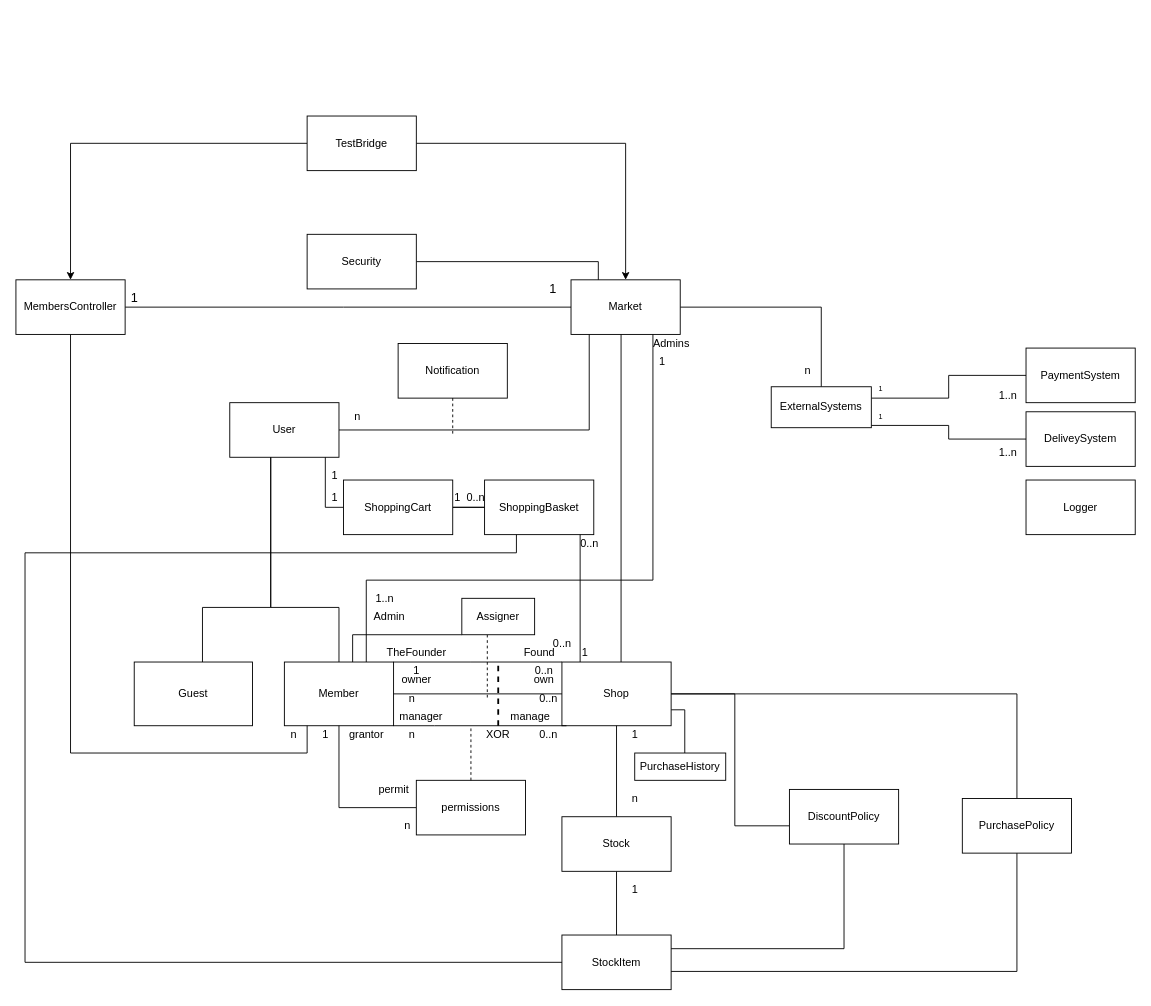
Before: Docs/V0.2_WhiteDiagram.drawio in mikecprogram/workshop-special-potato-shuk, a draw.io diagram. Source tidied: cells renumbered, new cells numbered last; positions are measured from the earlier drawing's top-left corner, leaving out a move shared by most shapes. Both pictures are drawn from the tidied source at 91%, with x=0, y=0 at pixel (15, 116).
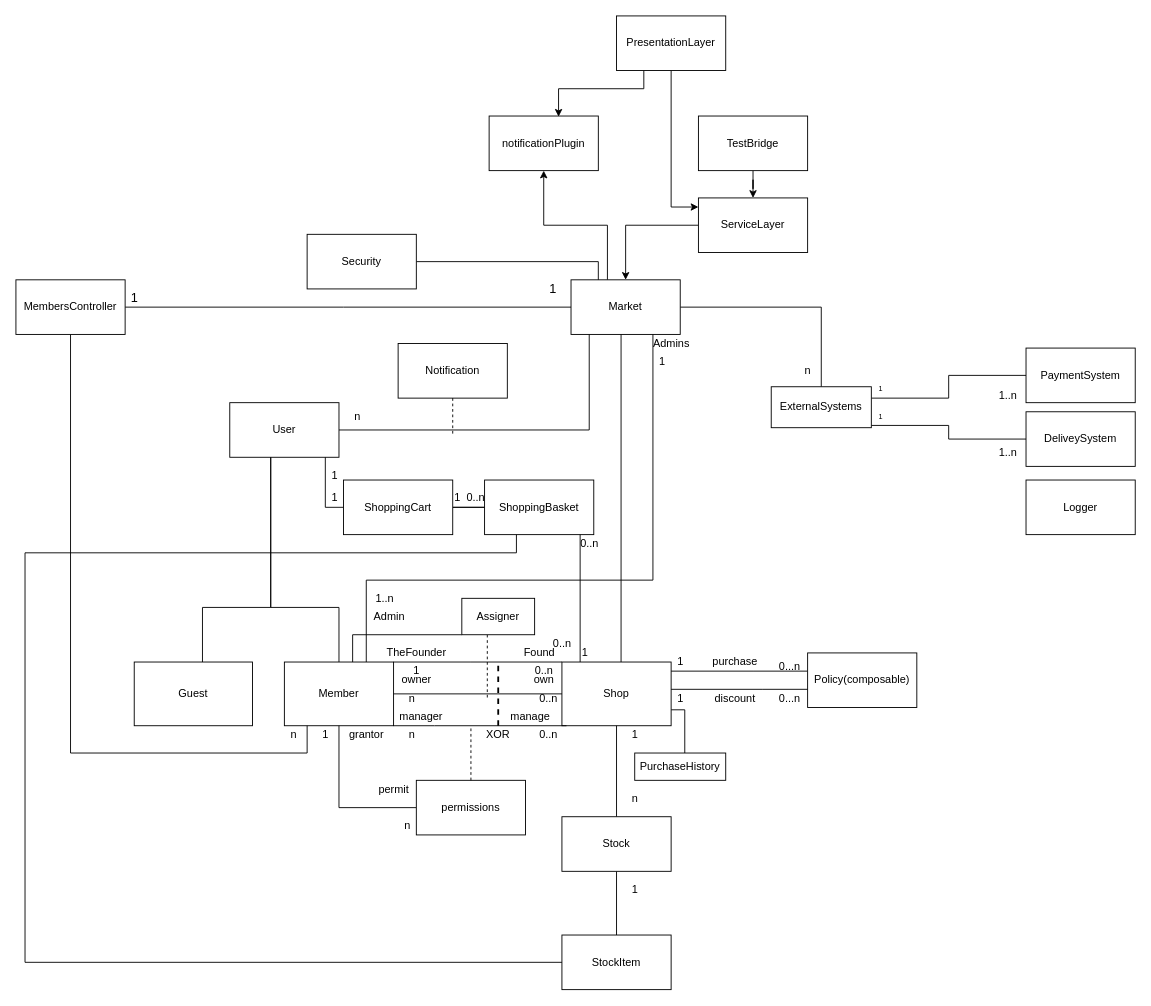
After the change.

The change refers to these unchanged cells:
```xml
<mxCell id="3" value="Market" style="rounded=0;whiteSpace=wrap;html=1;" parent="1" vertex="1">
  <mxGeometry x="610" y="180" width="120" height="60" as="geometry" />
</mxCell>
<mxCell id="14" value="Shop" style="rounded=0;whiteSpace=wrap;html=1;" parent="1" vertex="1">
  <mxGeometry x="600" y="600" width="120" height="70" as="geometry" />
</mxCell>
<mxCell id="16" value="StockItem" style="rounded=0;whiteSpace=wrap;html=1;" parent="1" vertex="1">
  <mxGeometry x="600" y="900" width="120" height="60" as="geometry" />
</mxCell>
<mxCell id="66" value="MembersController" style="rounded=0;whiteSpace=wrap;html=1;" parent="1" vertex="1">
  <mxGeometry y="180" width="120" height="60" as="geometry" />
</mxCell>
```

What changed in the source:
```diff
@@
+    <mxCell id="97" style="edgeStyle=orthogonalEdgeStyle;rounded=0;jettySize=auto;html=1;" parent="1" edge="1" source="3" target="101">
+      <mxGeometry relative="1" as="geometry">
+        <Array as="points">
+          <mxPoint x="650" y="120" />
+          <mxPoint x="580" y="120" />
+        </Array>
+      </mxGeometry>
+    </mxCell>
@@
     <mxCell id="68" style="rounded=0;jettySize=auto;html=1;endArrow=none;endFill=0;edgeStyle=orthogonalEdgeStyle;" parent="1" edge="1" source="14" target="71">
-      <mxGeometry relative="1" as="geometry" />
+      <mxGeometry relative="1" as="geometry">
+        <Array as="points">
+          <mxPoint x="810" y="610" />
+          <mxPoint x="810" y="610" />
+        </Array>
+      </mxGeometry>
     </mxCell>
-    <mxCell id="69" style="rounded=0;jettySize=auto;html=1;endArrow=none;endFill=0;edgeStyle=orthogonalEdgeStyle;" parent="1" edge="1" source="14" target="73">
-      <mxGeometry relative="1" as="geometry">
-        <Array as="points">
-          <mxPoint x="790" y="635" />
-          <mxPoint x="790" y="780" />
-        </Array>
-      </mxGeometry>
-    </mxCell>
-    <mxCell id="70" style="edgeStyle=orthogonalEdgeStyle;rounded=0;jettySize=auto;html=1;fontSize=14;endArrow=none;endFill=0;" parent="1" edge="1" source="71" target="16">
-      <mxGeometry relative="1" as="geometry">
-        <Array as="points">
-          <mxPoint x="1100" y="940" />
-        </Array>
-      </mxGeometry>
-    </mxCell>
-    <mxCell id="71" value="&lt;span style=&quot;background-color: rgb(255 , 255 , 255)&quot;&gt;PurchasePolicy&lt;/span&gt;" style="rounded=0;whiteSpace=wrap;html=1;" parent="1" vertex="1">
-      <mxGeometry x="1040" y="750" width="120" height="60" as="geometry" />
+    <mxCell id="71" value="&lt;span style=&quot;background-color: rgb(255 , 255 , 255)&quot;&gt;Policy(composable)&lt;/span&gt;" style="rounded=0;whiteSpace=wrap;html=1;" parent="1" vertex="1">
+      <mxGeometry x="870" y="590" width="120" height="60" as="geometry" />
     </mxCell>
-    <mxCell id="72" style="edgeStyle=orthogonalEdgeStyle;rounded=0;jettySize=auto;html=1;fontSize=14;endArrow=none;endFill=0;entryX=1;entryY=0.25;entryDx=0;entryDy=0;" parent="1" edge="1" source="73" target="16">
-      <mxGeometry relative="1" as="geometry">
-        <Array as="points">
-          <mxPoint x="910" y="915" />
-        </Array>
-      </mxGeometry>
-    </mxCell>
-    <mxCell id="73" value="&lt;span lang=&quot;EN-US&quot; style=&quot;font-size: 9pt ; line-height: 107% ; font-family: &amp;#34;helvetica&amp;#34; , sans-serif&quot;&gt;DiscountPolicy&lt;/span&gt;" style="rounded=0;whiteSpace=wrap;html=1;" parent="1" vertex="1">
-      <mxGeometry x="850" y="740" width="120" height="60" as="geometry" />
-    </mxCell>
@@
-    <mxCell id="91" style="edgeStyle=orthogonalEdgeStyle;rounded=0;jettySize=auto;html=1;" parent="1" edge="1" source="93" target="3">
-      <mxGeometry relative="1" as="geometry" />
-    </mxCell>
-    <mxCell id="92" style="edgeStyle=orthogonalEdgeStyle;rounded=0;jettySize=auto;html=1;entryX=0.5;entryY=0;entryDx=0;entryDy=0;" parent="1" edge="1" source="93" target="66">
-      <mxGeometry relative="1" as="geometry" />
-    </mxCell>
+    <mxCell id="98" style="edgeStyle=orthogonalEdgeStyle;rounded=0;jettySize=auto;html=1;entryX=0.5;entryY=0;entryDx=0;entryDy=0;" parent="1" edge="1" source="93" target="100">
+      <mxGeometry relative="1" as="geometry" />
+    </mxCell>
     <mxCell id="93" value="TestBridge" style="rounded=0;whiteSpace=wrap;html=1;labelBackgroundColor=#FFFFFF;" parent="1" vertex="1">
-      <mxGeometry x="320" width="120" height="60" as="geometry" />
+      <mxGeometry x="750" width="120" height="60" as="geometry" />
     </mxCell>
@@
+    <mxCell id="99" style="edgeStyle=orthogonalEdgeStyle;rounded=0;jettySize=auto;html=1;" parent="1" edge="1" source="100" target="3">
+      <mxGeometry relative="1" as="geometry">
+        <Array as="points">
+          <mxPoint x="850" y="120" />
+          <mxPoint x="670" y="120" />
+        </Array>
+      </mxGeometry>
+    </mxCell>
+    <mxCell id="100" value="ServiceLayer" style="rounded=0;whiteSpace=wrap;html=1;" parent="1" vertex="1">
+      <mxGeometry x="750" y="90" width="120" height="60" as="geometry" />
+    </mxCell>
+    <mxCell id="101" value="notificationPlugin" style="rounded=0;whiteSpace=wrap;html=1;" parent="1" vertex="1">
+      <mxGeometry x="520" width="120" height="60" as="geometry" />
+    </mxCell>
+    <mxCell id="102" style="edgeStyle=orthogonalEdgeStyle;rounded=0;jettySize=auto;html=1;entryX=0.636;entryY=0.013;entryDx=0;entryDy=0;entryPerimeter=0;" parent="1" edge="1" source="104" target="101">
+      <mxGeometry relative="1" as="geometry">
+        <Array as="points">
+          <mxPoint x="690" y="-30" />
+          <mxPoint x="596" y="-30" />
+        </Array>
+      </mxGeometry>
+    </mxCell>
+    <mxCell id="103" style="edgeStyle=orthogonalEdgeStyle;rounded=0;jettySize=auto;html=1;" parent="1" edge="1" source="104" target="100">
+      <mxGeometry relative="1" as="geometry">
+        <Array as="points">
+          <mxPoint x="720" y="100" />
+        </Array>
+      </mxGeometry>
+    </mxCell>
+    <mxCell id="104" value="PresentationLayer" style="rounded=0;whiteSpace=wrap;html=1;" parent="1" vertex="1">
+      <mxGeometry x="660" y="-110" width="120" height="60" as="geometry" />
+    </mxCell>
+    <mxCell id="105" style="rounded=0;jettySize=auto;html=1;endArrow=none;endFill=0;edgeStyle=orthogonalEdgeStyle;" parent="1" edge="1" source="14" target="71">
+      <mxGeometry relative="1" as="geometry">
+        <Array as="points">
+          <mxPoint x="820" y="630" />
+          <mxPoint x="820" y="630" />
+        </Array>
+      </mxGeometry>
+    </mxCell>
+    <mxCell id="106" value="purchase" style="text;html=1;align=center;verticalAlign=middle;strokeColor=none;fillColor=none;" parent="1" vertex="1">
+      <mxGeometry x="755" y="585" width="70" height="30" as="geometry" />
+    </mxCell>
+    <mxCell id="107" value="discount" style="text;html=1;align=center;verticalAlign=middle;strokeColor=none;fillColor=none;" parent="1" vertex="1">
+      <mxGeometry x="755" y="625" width="70" height="30" as="geometry" />
+    </mxCell>
+    <mxCell id="108" value="1" style="text;html=1;align=center;verticalAlign=middle;strokeColor=none;fillColor=none;" parent="1" vertex="1">
+      <mxGeometry x="715" y="585" width="30" height="30" as="geometry" />
+    </mxCell>
+    <mxCell id="109" value="1" style="text;html=1;align=center;verticalAlign=middle;strokeColor=none;fillColor=none;" parent="1" vertex="1">
+      <mxGeometry x="715" y="625" width="30" height="30" as="geometry" />
+    </mxCell>
+    <mxCell id="110" value="0...n" style="text;html=1;align=center;verticalAlign=middle;strokeColor=none;fillColor=none;" parent="1" vertex="1">
+      <mxGeometry x="825" y="590" width="50" height="30" as="geometry" />
+    </mxCell>
+    <mxCell id="111" value="0...n" style="text;html=1;align=center;verticalAlign=middle;strokeColor=none;fillColor=none;" parent="1" vertex="1">
+      <mxGeometry x="825" y="625" width="50" height="30" as="geometry" />
+    </mxCell>
```
